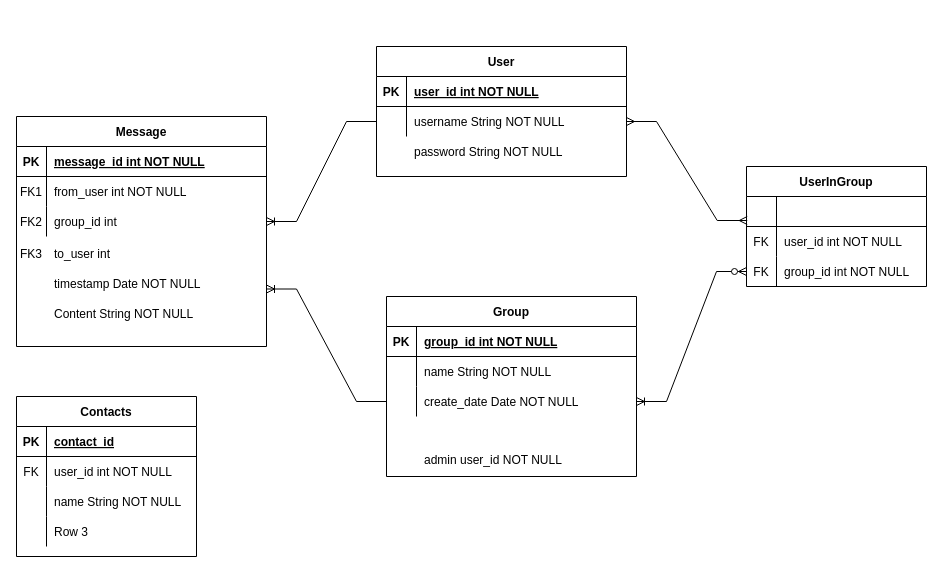
jfrank98/pd-tp keeps this draw.io diagram as Physical Model.drawio. Above is the earlier version. Source tidied: cells renumbered, new cells numbered last; positions are measured from the earlier drawing's top-left corner, leaving out a move shared by most shapes. Both pictures are drawn from the tidied source at 100%, with x=0, y=0 at pixel (16, 46).
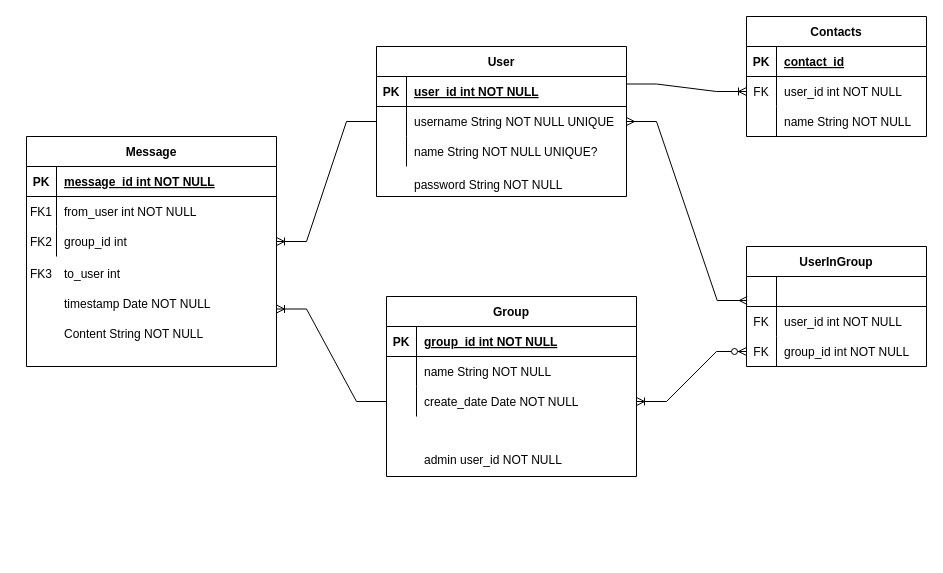
After the change.

Unchanged cells that the change refers to:
```xml
<mxCell id="19" style="shape=partialRectangle;fillColor=none;points=[[0,0.5],[1,0.5]];portConstraint=eastwest;top=0;left=0;right=0;bottom=0;" parent="15" vertex="1">
  <mxGeometry y="60" width="250" height="30" as="geometry" />
</mxCell>
<mxCell id="56" style="shape=partialRectangle;fillColor=none;top=0;left=0;bottom=0;right=0;points=[[0,0.5],[1,0.5]];portConstraint=eastwest;" parent="52" vertex="1">
  <mxGeometry y="60" width="180" height="30" as="geometry" />
</mxCell>
```

Diff of the diagram source:
```diff
@@
     <mxCell id="14" style="group;" parent="1" vertex="1">
-      <mxGeometry x="360" width="250" height="160" as="geometry" />
+      <mxGeometry x="360" width="250" height="190" as="geometry" />
     </mxCell>
     <mxCell id="15" value="User" style="shape=table;startSize=30;childLayout=tableLayout;rowLines=0;fontStyle=1;align=center;" parent="14" vertex="1">
-      <mxGeometry width="250" height="130" as="geometry" />
+      <mxGeometry width="250" height="150" as="geometry" />
     </mxCell>
@@
-    <mxCell id="21" value="username String NOT NULL" style="shape=partialRectangle;overflow=hidden;fillColor=none;top=0;left=0;bottom=0;right=0;align=left;spacingLeft=6;" parent="19" vertex="1">
+    <mxCell id="21" value="username String NOT NULL UNIQUE" style="shape=partialRectangle;overflow=hidden;fillColor=none;top=0;left=0;bottom=0;right=0;align=left;spacingLeft=6;" parent="19" vertex="1">
       <mxGeometry x="30" width="220" height="30" as="geometry" />
     </mxCell>
+    <mxCell id="65" style="shape=partialRectangle;fillColor=none;top=0;left=0;right=0;bottom=0;" parent="15" vertex="1">
+      <mxGeometry y="90" width="250" height="30" as="geometry" />
+    </mxCell>
+    <mxCell id="66" style="shape=partialRectangle;overflow=hidden;fillColor=none;top=0;left=0;bottom=0;right=0;" parent="65" vertex="1">
+      <mxGeometry width="30" height="30" as="geometry" />
+    </mxCell>
+    <mxCell id="67" value="name String NOT NULL UNIQUE?" style="shape=partialRectangle;overflow=hidden;fillColor=none;top=0;left=0;bottom=0;right=0;align=left;spacingLeft=6;" parent="65" vertex="1">
+      <mxGeometry x="30" width="220" height="30" as="geometry" />
+    </mxCell>
     <mxCell id="22" value="password String NOT NULL" style="shape=partialRectangle;overflow=hidden;fillColor=none;top=0;left=0;bottom=0;right=0;align=left;spacingLeft=6;" parent="14" vertex="1">
-      <mxGeometry x="30" y="90" width="220" height="30" as="geometry" />
+      <mxGeometry x="30" y="120" width="220" height="35.6" as="geometry" />
     </mxCell>
     <mxCell id="23" style="group;" parent="1" vertex="1">
-      <mxGeometry y="70" width="250" height="230" as="geometry" />
+      <mxGeometry x="10" y="90" width="250" height="230" as="geometry" />
     </mxCell>
@@
     <mxCell id="38" value="UserInGroup" style="shape=table;startSize=30;childLayout=tableLayout;rowLines=0;fontStyle=1;align=center;" parent="1" vertex="1">
-      <mxGeometry x="730" y="120" width="180" height="120" as="geometry" />
+      <mxGeometry x="730" y="200" width="180" height="120" as="geometry" />
     </mxCell>
@@
     <mxCell id="52" value="Contacts" style="shape=table;startSize=30;childLayout=tableLayout;rowLines=0;fontStyle=1;align=center;" parent="1" vertex="1">
-      <mxGeometry y="350" width="180" height="160" as="geometry" />
+      <mxGeometry x="730" y="-30" width="180" height="120" as="geometry" />
     </mxCell>
@@
-    <mxCell id="62" style="shape=partialRectangle;fillColor=none;top=0;left=0;bottom=0;right=0;" parent="52" vertex="1">
-      <mxGeometry y="120" width="180" height="30" as="geometry" />
-    </mxCell>
-    <mxCell id="63" style="shape=partialRectangle;fillColor=none;top=0;left=0;bottom=0;right=0;overflow=hidden;" parent="62" vertex="1">
-      <mxGeometry width="30" height="30" as="geometry" />
-    </mxCell>
-    <mxCell id="64" value="Row 3" style="shape=partialRectangle;fillColor=none;top=0;left=0;bottom=0;right=0;align=left;spacingLeft=6;overflow=hidden;" parent="62" vertex="1">
-      <mxGeometry x="30" width="150" height="30" as="geometry" />
-    </mxCell>
+    <mxCell id="68" style="edgeStyle=entityRelationEdgeStyle;fontSize=12;html=1;endArrow=ERoneToMany;rounded=0;jumpStyle=gap;entryX=0;entryY=0.5;entryDx=0;entryDy=0;exitX=1;exitY=0.25;exitDx=0;exitDy=0;" parent="1" edge="1" source="15" target="56">
+      <mxGeometry relative="1" as="geometry" />
+    </mxCell>
```
